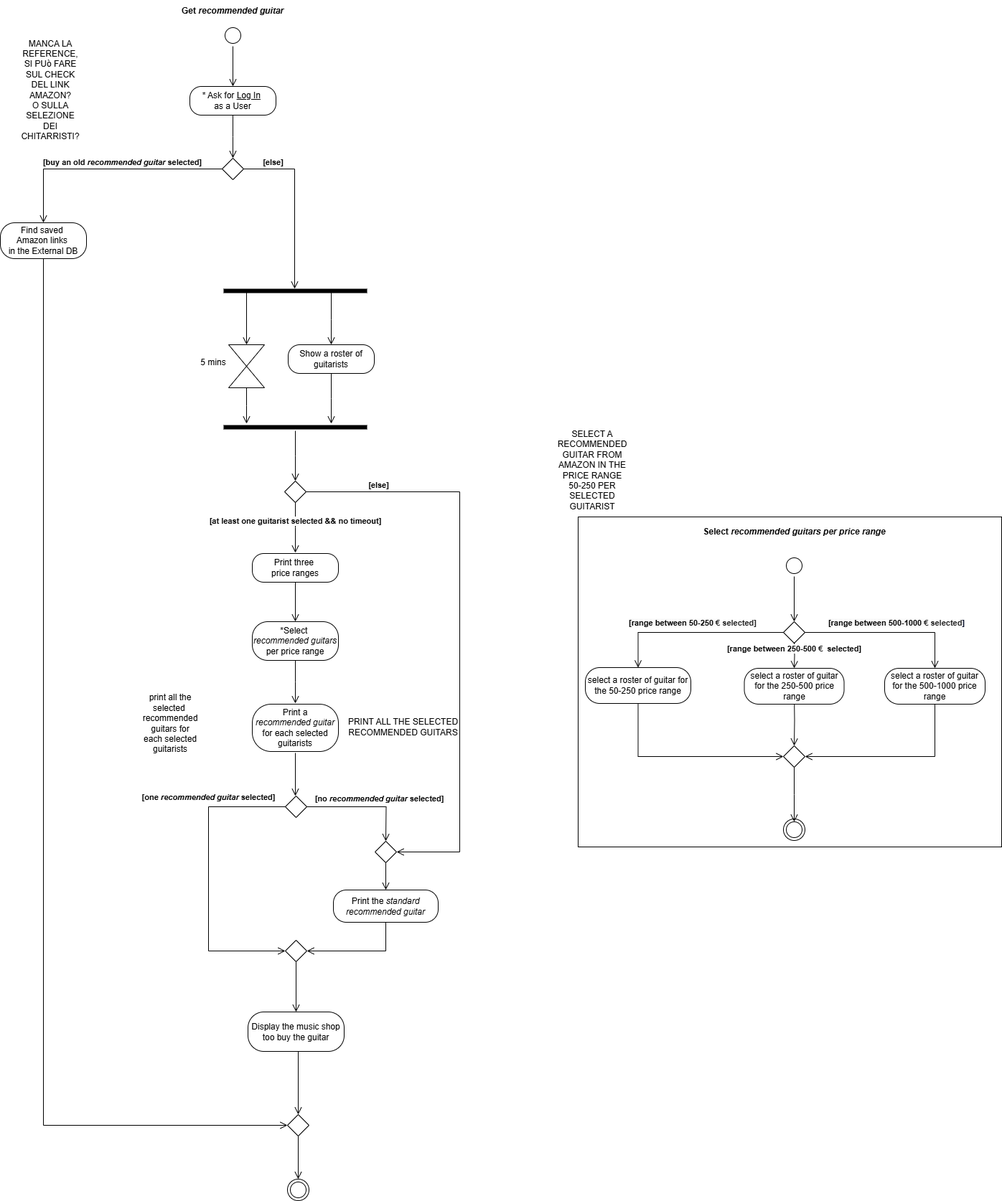
Earlier version of the draw.io export diagrams/ActivityDiagramM.drawio.png (TizianoLilli/ISPW-Project). Source tidied: cells renumbered, new cells last; positions are measured from the earlier drawing's top-left corner, leaving out a move shared by most shapes.
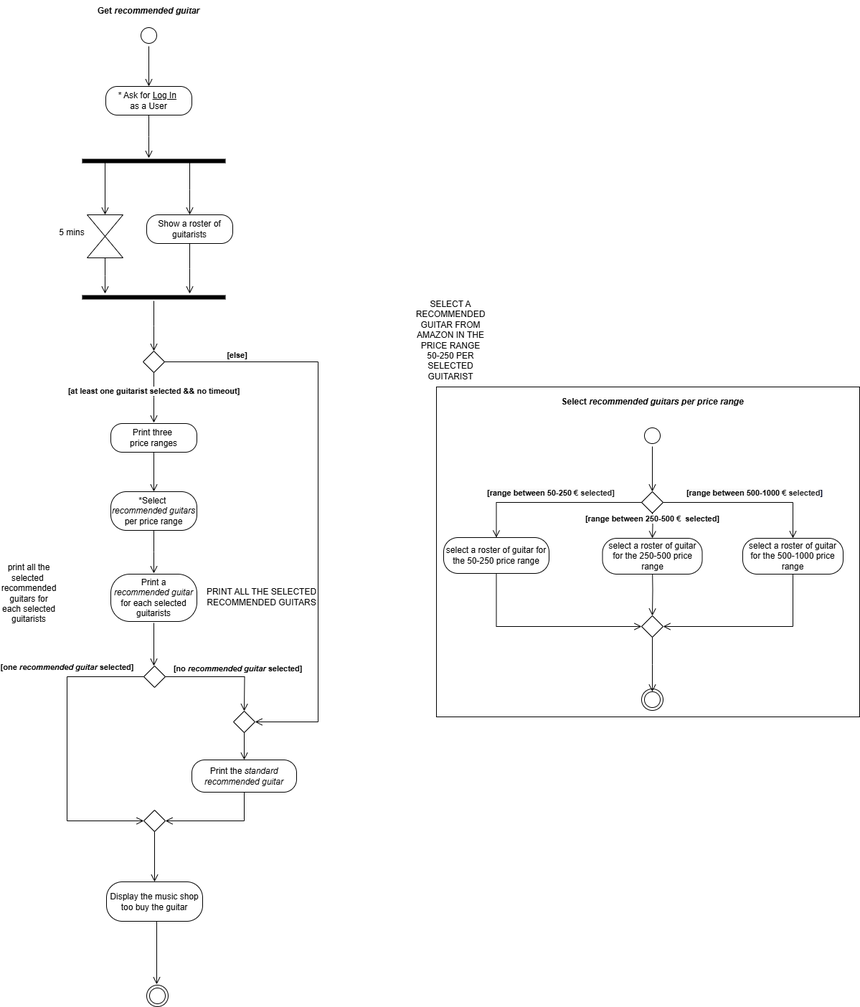
The same diagram one commit later.

What changed in the source:
```diff
@@ -83,26 +83,23 @@
       <mxGeometry x="345" y="1410" width="134" height="55" as="geometry" />
     </mxCell>
     <mxCell id="21" style="ellipse;html=1;shape=endState;labelBackgroundColor=none;" parent="1" vertex="1">
-      <mxGeometry x="400" y="1643" width="30" height="30" as="geometry" />
+      <mxGeometry x="401" y="1554" width="30" height="30" as="geometry" />
     </mxCell>
     <mxCell id="22" style="ellipse;html=1;shape=startState;labelBackgroundColor=none;" parent="1" vertex="1">
-      <mxGeometry x="309" y="34" width="30" height="30" as="geometry" />
+      <mxGeometry x="389" y="215" width="30" height="30" as="geometry" />
     </mxCell>
     <mxCell id="23" style="edgeStyle=orthogonalEdgeStyle;html=1;verticalAlign=bottom;endArrow=open;endSize=8;rounded=0;labelBackgroundColor=none;fontColor=default;entryX=0.5;entryY=0;entryDx=0;entryDy=0;" parent="1" edge="1" source="22" target="26">
       <mxGeometry relative="1" as="geometry" />
     </mxCell>
     <mxCell id="24" value="&lt;b&gt;Get &lt;i&gt;recommended guitar&lt;/i&gt;&lt;/b&gt;" style="text;html=1;align=center;verticalAlign=middle;whiteSpace=wrap;rounded=0;labelBackgroundColor=none;" parent="1" vertex="1">
-      <mxGeometry x="234" width="180" height="30" as="geometry" />
+      <mxGeometry x="314" y="181" width="180" height="30" as="geometry" />
     </mxCell>
-    <mxCell id="25" value="MANCA LA REFERENCE, SI PUò FARE SUL CHECK DEL LINK AMAZON?&lt;div&gt;O SULLA SELEZIONE DEI CHITARRISTI?&lt;/div&gt;" style="text;html=1;align=center;verticalAlign=middle;whiteSpace=wrap;rounded=0;labelBackgroundColor=none;" parent="1" vertex="1">
-      <mxGeometry x="40" y="110" width="60" height="30" as="geometry" />
-    </mxCell>
     <mxCell id="26" value="* Ask for&amp;nbsp;&lt;u&gt;Log In&lt;/u&gt;&amp;nbsp;&lt;div&gt;as a User&lt;/div&gt;" style="rounded=1;whiteSpace=wrap;html=1;arcSize=40;labelBackgroundColor=none;" parent="1" vertex="1">
-      <mxGeometry x="264" y="120" width="120" height="40" as="geometry" />
+      <mxGeometry x="344" y="301" width="120" height="40" as="geometry" />
     </mxCell>
     <mxCell id="27" style="edgeStyle=orthogonalEdgeStyle;html=1;verticalAlign=bottom;endArrow=open;endSize=8;rounded=0;labelBackgroundColor=none;fontColor=default;" parent="1" edge="1" source="26">
       <mxGeometry relative="1" as="geometry">
-        <mxPoint x="324" y="220" as="targetPoint" />
+        <mxPoint x="404" y="401" as="targetPoint" />
       </mxGeometry>
     </mxCell>
     <mxCell id="28" value="SELECT A RECOMMENDED GUITAR FROM AMAZON IN THE PRICE RANGE 50-250 PER SELECTED GUITARIST" style="text;html=1;align=center;verticalAlign=middle;whiteSpace=wrap;rounded=0;labelBackgroundColor=none;" parent="1" vertex="1">
@@ -193,39 +190,9 @@
         <mxPoint x="411" y="670" as="targetPoint" />
       </mxGeometry>
     </mxCell>
-    <mxCell id="49" value="Find saved&amp;nbsp;&lt;div&gt;Amazon links&amp;nbsp;&lt;/div&gt;&lt;div&gt;in the External DB&lt;/div&gt;" style="rounded=1;whiteSpace=wrap;html=1;arcSize=40;labelBackgroundColor=none;" parent="1" vertex="1">
-      <mxGeometry y="310" width="120" height="50" as="geometry" />
-    </mxCell>
-    <mxCell id="50" style="edgeStyle=orthogonalEdgeStyle;html=1;verticalAlign=bottom;endArrow=open;endSize=8;rounded=0;labelBackgroundColor=none;fontColor=default;entryX=0;entryY=0.5;entryDx=0;entryDy=0;" parent="1" edge="1" source="49" target="55">
-      <mxGeometry relative="1" as="geometry">
-        <Array as="points">
-          <mxPoint x="60" y="1568" />
-        </Array>
-      </mxGeometry>
-    </mxCell>
-    <mxCell id="51" style="rhombus;whiteSpace=wrap;html=1;labelBackgroundColor=none;" parent="1" vertex="1">
-      <mxGeometry x="309" y="220" width="30" height="30" as="geometry" />
-    </mxCell>
-    <mxCell id="52" value="&lt;b&gt;[buy an old &lt;i&gt;recommended guitar &lt;/i&gt;selected]&lt;/b&gt;" style="edgeStyle=orthogonalEdgeStyle;html=1;verticalAlign=bottom;endArrow=open;endSize=8;rounded=0;labelBackgroundColor=none;fontColor=default;exitX=0;exitY=0.5;exitDx=0;exitDy=0;entryX=0.5;entryY=0;entryDx=0;entryDy=0;" parent="1" edge="1" source="51" target="49">
-      <mxGeometry x="-0.14" relative="1" as="geometry" />
-    </mxCell>
-    <mxCell id="53" value="&lt;b&gt;[else]&lt;/b&gt;" style="edgeStyle=orthogonalEdgeStyle;html=1;verticalAlign=bottom;endArrow=open;endSize=8;rounded=0;labelBackgroundColor=none;fontColor=default;exitX=1;exitY=0.5;exitDx=0;exitDy=0;" parent="1" edge="1" source="51">
-      <mxGeometry x="-0.66" relative="1" as="geometry">
-        <mxPoint x="410" y="402" as="targetPoint" />
-        <Array as="points">
-          <mxPoint x="410" y="235" />
-        </Array>
-      </mxGeometry>
-    </mxCell>
     <mxCell id="54" style="edgeStyle=orthogonalEdgeStyle;html=1;verticalAlign=bottom;endArrow=open;endSize=8;rounded=0;labelBackgroundColor=none;fontColor=default;entryX=0;entryY=0.5;entryDx=0;entryDy=0;exitX=0.5;exitY=1;exitDx=0;exitDy=0;" parent="1" edge="1" source="11" target="16">
       <mxGeometry relative="1" as="geometry" />
     </mxCell>
-    <mxCell id="55" style="rhombus;whiteSpace=wrap;html=1;labelBackgroundColor=none;" parent="1" vertex="1">
-      <mxGeometry x="400" y="1553" width="30" height="30" as="geometry" />
-    </mxCell>
-    <mxCell id="56" style="edgeStyle=orthogonalEdgeStyle;html=1;verticalAlign=bottom;endArrow=open;endSize=8;rounded=0;labelBackgroundColor=none;fontColor=default;exitX=0.5;exitY=1;exitDx=0;exitDy=0;entryX=0.5;entryY=0;entryDx=0;entryDy=0;" parent="1" edge="1" source="55" target="21">
-      <mxGeometry relative="1" as="geometry" />
-    </mxCell>
     <mxCell id="57" value="5 mins" style="text;html=1;align=center;verticalAlign=middle;whiteSpace=wrap;rounded=0;labelBackgroundColor=none;" parent="1" vertex="1">
       <mxGeometry x="267" y="490" width="60" height="30" as="geometry" />
     </mxCell>
@@ -261,8 +228,9 @@
     <mxCell id="67" style="edgeStyle=orthogonalEdgeStyle;html=1;verticalAlign=bottom;endArrow=open;endSize=8;rounded=0;labelBackgroundColor=none;fontColor=default;entryX=0.5;entryY=0;entryDx=0;entryDy=0;exitX=0.5;exitY=1;exitDx=0;exitDy=0;" parent="1" edge="1" source="66" target="20">
       <mxGeometry relative="1" as="geometry" />
     </mxCell>
-    <mxCell id="68" style="edgeStyle=orthogonalEdgeStyle;html=1;verticalAlign=bottom;endArrow=open;endSize=8;rounded=0;labelBackgroundColor=none;fontColor=default;entryX=0.5;entryY=0;entryDx=0;entryDy=0;exitX=0.5;exitY=1;exitDx=0;exitDy=0;" parent="1" edge="1" source="20" target="55">
+    <mxCell id="68" style="edgeStyle=orthogonalEdgeStyle;html=1;verticalAlign=bottom;endArrow=open;endSize=8;rounded=0;labelBackgroundColor=none;fontColor=default;entryX=0.5;entryY=0;entryDx=0;entryDy=0;exitX=0.5;exitY=1;exitDx=0;exitDy=0;" parent="1" edge="1" source="20">
       <mxGeometry relative="1" as="geometry">
+        <mxPoint x="415" y="1553" as="targetPoint" />
         <Array as="points">
           <mxPoint x="415" y="1465" />
         </Array>
```
